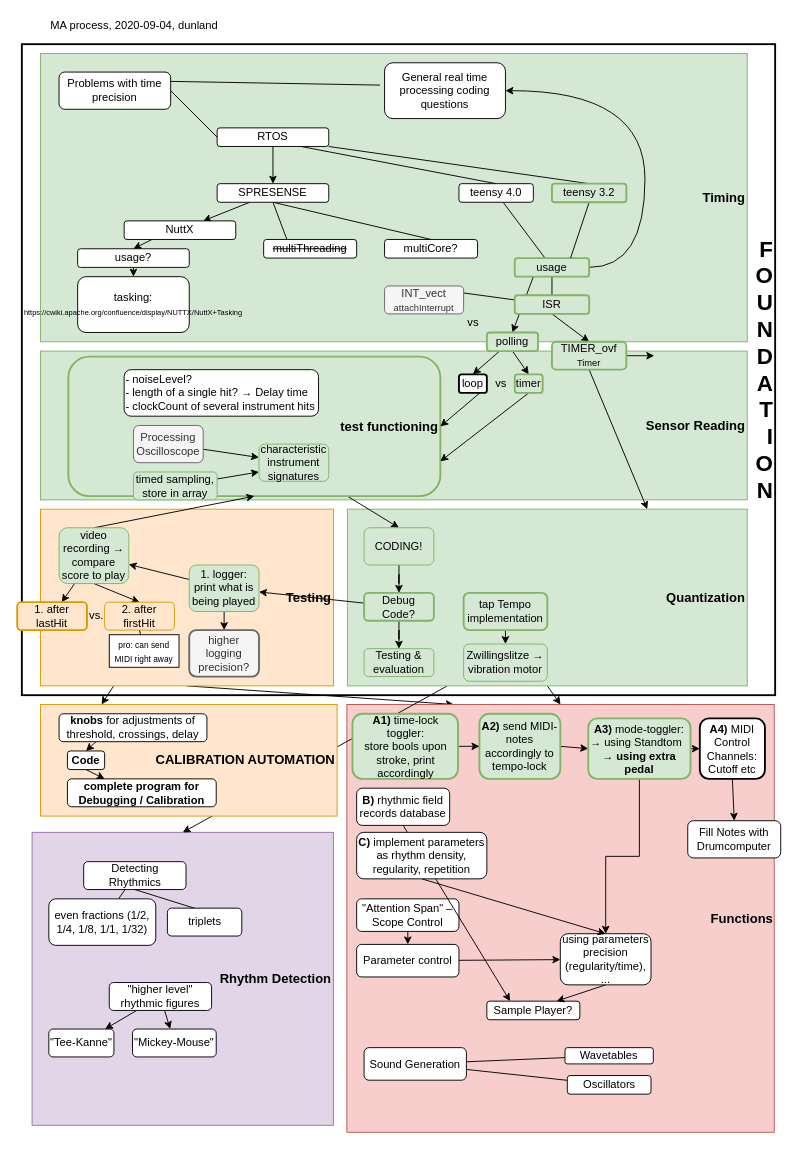
This is page "current" (1 of 5) of muscle/Doc/MA_progress.drawio from dunland/muscle, a draw.io file, before an edit. Source tidied: cells renumbered, new cells numbered last; positions are measured from the earlier drawing's top-left corner, leaving out a move shared by most shapes. Both pictures are drawn from the tidied source at 93%, with x=0, y=0 at pixel (17, 16).
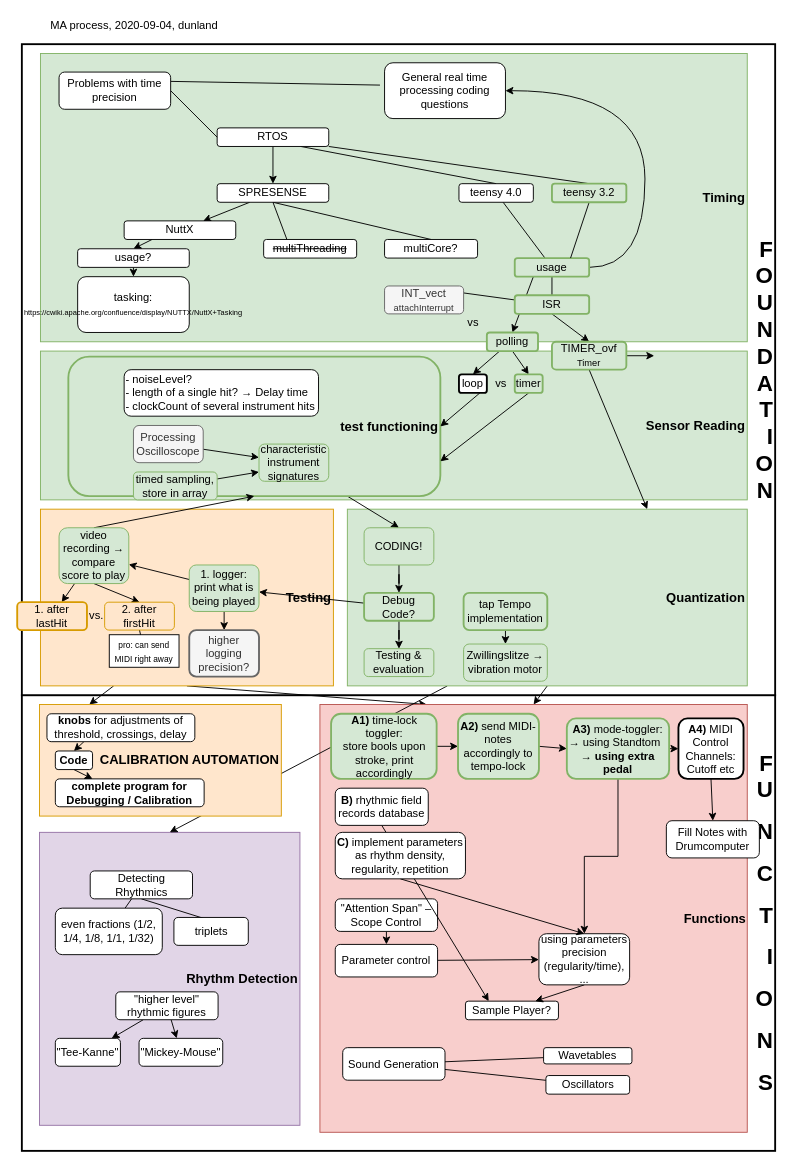
After the change.

Diff of the diagram source:
```diff
@@
+    <mxCell id="130" value="&lt;h1&gt;F&lt;br&gt;U&lt;/h1&gt;&lt;h1&gt;N&lt;/h1&gt;&lt;h1&gt;C&lt;/h1&gt;&lt;h1&gt;T&lt;/h1&gt;&lt;h1&gt;I&lt;/h1&gt;&lt;h1&gt;O&lt;/h1&gt;&lt;h1&gt;N&lt;/h1&gt;&lt;h1&gt;S&lt;/h1&gt;" style="rounded=0;whiteSpace=wrap;html=1;strokeWidth=2;align=right;" parent="1" vertex="1">
+      <mxGeometry x="5" y="730" width="810" height="490" as="geometry" />
+    </mxCell>
@@
     <mxCell id="33" value="&lt;font size=&quot;1&quot;&gt;&lt;b style=&quot;font-size: 14px&quot;&gt;Rhythm Detection&lt;/b&gt;&lt;/font&gt;" style="rounded=0;whiteSpace=wrap;html=1;align=right;fillColor=#e1d5e7;strokeColor=#9673a6;" parent="1" vertex="1">
-      <mxGeometry x="16" y="877.5" width="324" height="315" as="geometry" />
+      <mxGeometry x="24" y="877.5" width="280" height="315" as="geometry" />
     </mxCell>
     <mxCell id="34" value="&lt;font size=&quot;1&quot;&gt;&lt;b style=&quot;font-size: 14px&quot;&gt;Functions&lt;br&gt;&lt;/b&gt;&lt;/font&gt;" style="rounded=0;whiteSpace=wrap;html=1;align=right;fillColor=#f8cecc;strokeColor=#b85450;" parent="1" vertex="1">
-      <mxGeometry x="354.5" y="740" width="459.5" height="460" as="geometry" />
+      <mxGeometry x="325.5" y="740" width="459.5" height="460" as="geometry" />
     </mxCell>
     <mxCell id="35" value="Sample Player?" style="rounded=1;whiteSpace=wrap;html=1;" parent="1" vertex="1">
-      <mxGeometry x="505" y="1059" width="100" height="20" as="geometry" />
+      <mxGeometry x="482" y="1059" width="100" height="20" as="geometry" />
     </mxCell>
@@
     <mxCell id="38" value="Sound Generation" style="rounded=1;whiteSpace=wrap;html=1;" parent="1" vertex="1">
-      <mxGeometry x="373" y="1109" width="110" height="35" as="geometry" />
+      <mxGeometry x="350" y="1109" width="110" height="35" as="geometry" />
     </mxCell>
     <mxCell id="39" value="Wavetables" style="rounded=1;whiteSpace=wrap;html=1;" parent="1" vertex="1">
-      <mxGeometry x="589" y="1109" width="95" height="17.5" as="geometry" />
+      <mxGeometry x="566" y="1109" width="95" height="17.5" as="geometry" />
     </mxCell>
     <mxCell id="40" value="Oscillators" style="rounded=1;whiteSpace=wrap;html=1;" parent="1" vertex="1">
-      <mxGeometry x="591.5" y="1139" width="90" height="20" as="geometry" />
+      <mxGeometry x="568.5" y="1139" width="90" height="20" as="geometry" />
     </mxCell>
@@
     <mxCell id="42" value="&quot;Attention Span&quot; ‒ Scope Control" style="rounded=1;whiteSpace=wrap;html=1;" parent="1" vertex="1">
-      <mxGeometry x="365" y="949" width="110" height="35" as="geometry" />
+      <mxGeometry x="342" y="949" width="110" height="35" as="geometry" />
     </mxCell>
@@
     <mxCell id="44" value="Parameter control" style="rounded=1;whiteSpace=wrap;html=1;" parent="1" vertex="1">
-      <mxGeometry x="365" y="998" width="110" height="35" as="geometry" />
+      <mxGeometry x="342" y="998" width="110" height="35" as="geometry" />
     </mxCell>
@@
     <mxCell id="47" value="Detecting Rhythmics" style="rounded=1;whiteSpace=wrap;html=1;" parent="1" vertex="1">
-      <mxGeometry x="71.5" y="909" width="110" height="30" as="geometry" />
+      <mxGeometry x="78.5" y="919" width="110" height="30" as="geometry" />
     </mxCell>
     <mxCell id="48" value="even fractions (1/2, 1/4, 1/8, 1/1, 1/32)" style="rounded=1;whiteSpace=wrap;html=1;" parent="1" vertex="1">
-      <mxGeometry x="34" y="949" width="115" height="50" as="geometry" />
+      <mxGeometry x="41" y="959" width="115" height="50" as="geometry" />
     </mxCell>
     <mxCell id="49" value="triplets" style="rounded=1;whiteSpace=wrap;html=1;" parent="1" vertex="1">
-      <mxGeometry x="161.5" y="959" width="80" height="30" as="geometry" />
+      <mxGeometry x="168.5" y="969" width="80" height="30" as="geometry" />
     </mxCell>
@@
     <mxCell id="52" value="&quot;higher level&quot; rhythmic figures" style="rounded=1;whiteSpace=wrap;html=1;" parent="1" vertex="1">
-      <mxGeometry x="99" y="1039" width="110" height="30" as="geometry" />
+      <mxGeometry x="106" y="1049" width="110" height="30" as="geometry" />
     </mxCell>
     <mxCell id="53" value="&quot;Mickey-Mouse&quot;" style="rounded=1;whiteSpace=wrap;html=1;" parent="1" vertex="1">
-      <mxGeometry x="124" y="1089" width="90" height="30" as="geometry" />
+      <mxGeometry x="131" y="1099" width="90" height="30" as="geometry" />
     </mxCell>
     <mxCell id="54" value="&quot;Tee-Kanne&quot;" style="rounded=1;whiteSpace=wrap;html=1;" parent="1" vertex="1">
-      <mxGeometry x="34" y="1089" width="70" height="30" as="geometry" />
+      <mxGeometry x="41" y="1099" width="70" height="30" as="geometry" />
     </mxCell>
@@
     <mxCell id="62" value="Fill Notes with Drumcomputer" style="rounded=1;whiteSpace=wrap;html=1;" parent="1" vertex="1">
-      <mxGeometry x="721" y="865" width="100" height="40" as="geometry" />
+      <mxGeometry x="698" y="865" width="100" height="40" as="geometry" />
     </mxCell>
@@
     <mxCell id="102" value="&lt;h3&gt;CALIBRATION AUTOMATION&lt;/h3&gt;" style="rounded=0;whiteSpace=wrap;html=1;strokeWidth=1;fillColor=#ffe6cc;strokeColor=#d79b00;align=right;" parent="1" vertex="1">
-      <mxGeometry x="25" y="740" width="319" height="120" as="geometry" />
+      <mxGeometry x="24" y="740" width="260" height="120" as="geometry" />
     </mxCell>
@@
     <mxCell id="108" value="&lt;b&gt;knobs&lt;/b&gt; for adjustments of threshold, crossings, delay" style="rounded=1;whiteSpace=wrap;html=1;strokeWidth=1;" parent="1" vertex="1">
-      <mxGeometry x="45" y="750" width="159" height="30" as="geometry" />
+      <mxGeometry x="32" y="750" width="159" height="30" as="geometry" />
     </mxCell>
@@
     <mxCell id="110" value="&lt;b&gt;Code&lt;/b&gt;" style="rounded=1;whiteSpace=wrap;html=1;strokeWidth=1;" parent="1" vertex="1">
-      <mxGeometry x="54" y="790" width="40" height="20" as="geometry" />
+      <mxGeometry x="41" y="790" width="40" height="20" as="geometry" />
     </mxCell>
     <mxCell id="111" value="&lt;b&gt;complete program for Debugging / Calibration&lt;/b&gt;" style="rounded=1;whiteSpace=wrap;html=1;strokeWidth=1;" parent="1" vertex="1">
-      <mxGeometry x="54" y="820" width="160" height="30" as="geometry" />
+      <mxGeometry x="41" y="820" width="160" height="30" as="geometry" />
     </mxCell>
@@
     <mxCell id="115" value="&lt;b&gt;A2)&lt;/b&gt; send MIDI-notes accordingly to tempo-lock" style="rounded=1;whiteSpace=wrap;html=1;strokeWidth=2;fillColor=#d5e8d4;strokeColor=#82b366;" parent="1" vertex="1">
-      <mxGeometry x="497" y="750" width="87" height="70" as="geometry" />
+      <mxGeometry x="474" y="750" width="87" height="70" as="geometry" />
     </mxCell>
@@
     <mxCell id="117" value="using parameters precision (regularity/time), ..." style="rounded=1;whiteSpace=wrap;html=1;strokeWidth=1;" parent="1" vertex="1">
-      <mxGeometry x="584" y="986.5" width="97.5" height="55" as="geometry" />
+      <mxGeometry x="561" y="986.5" width="97.5" height="55" as="geometry" />
     </mxCell>
@@
     <mxCell id="119" value="&lt;b&gt;B)&lt;/b&gt; rhythmic field records database" style="rounded=1;whiteSpace=wrap;html=1;" parent="1" vertex="1">
-      <mxGeometry x="365" y="830" width="100" height="40" as="geometry" />
+      <mxGeometry x="342" y="830" width="100" height="40" as="geometry" />
     </mxCell>
@@
     <mxCell id="121" value="&lt;b&gt;A1)&lt;/b&gt; time-lock toggler:&lt;br&gt;store bools upon stroke, print accordingly" style="rounded=1;whiteSpace=wrap;html=1;strokeWidth=2;fillColor=#d5e8d4;strokeColor=#82b366;" parent="1" vertex="1">
-      <mxGeometry x="360.5" y="750" width="113.5" height="70" as="geometry" />
+      <mxGeometry x="337.5" y="750" width="113.5" height="70" as="geometry" />
     </mxCell>
@@
     <mxCell id="126" value="&lt;b&gt;A4)&lt;/b&gt;&amp;nbsp;MIDI Control Channels: Cutoff etc" style="rounded=1;whiteSpace=wrap;html=1;strokeWidth=2;" parent="1" vertex="1">
-      <mxGeometry x="734" y="755" width="70" height="65" as="geometry" />
+      <mxGeometry x="711" y="755" width="70" height="65" as="geometry" />
     </mxCell>
@@
     <mxCell id="128" value="&lt;b&gt;C)&lt;/b&gt;&amp;nbsp;implement parameters as rhythm density, regularity, repetition" style="rounded=1;whiteSpace=wrap;html=1;" parent="1" vertex="1">
-      <mxGeometry x="365" y="877.5" width="140" height="50" as="geometry" />
+      <mxGeometry x="342" y="877.5" width="140" height="50" as="geometry" />
     </mxCell>
     <mxCell id="129" value="&lt;b&gt;A3)&lt;/b&gt;&amp;nbsp;mode-toggler:&lt;br&gt;→ using Standtom&amp;nbsp;&amp;nbsp;&lt;br&gt;&lt;b&gt;→ using extra pedal&lt;/b&gt;" style="rounded=1;whiteSpace=wrap;html=1;strokeWidth=2;fillColor=#d5e8d4;strokeColor=#82b366;" parent="1" vertex="1">
-      <mxGeometry x="614" y="755" width="110" height="65" as="geometry" />
+      <mxGeometry x="591" y="755" width="110" height="65" as="geometry" />
     </mxCell>
```
